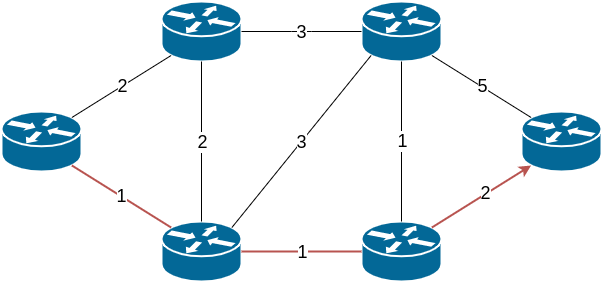
This is Computer Networking/assets/graph.png from edoriggio/cs-cheatsheets, a draw.io export, as it was before one commit. Source tidied: cells renumbered, new cells last; positions are measured from the earlier drawing's top-left corner, leaving out a move shared by most shapes.
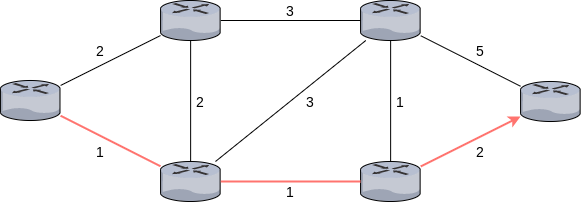
The same diagram one commit later.

What changed in the source:
```diff
@@ -2,104 +2,77 @@
   <root>
     <mxCell id="0" />
     <mxCell id="1" parent="0" />
-    <mxCell id="2" style="group;" parent="1" vertex="1">
-      <mxGeometry width="600" height="280" as="geometry" />
+    <mxCell id="2" style="verticalLabelPosition=bottom;html=1;verticalAlign=top;strokeColor=none;align=center;outlineConnect=0;shape=mxgraph.citrix.router;" parent="1" vertex="1">
+      <mxGeometry width="60.3" height="40" as="geometry" />
     </mxCell>
-    <mxCell id="3" style="shape=mxgraph.cisco.routers.router;html=1;dashed=0;fillColor=#036897;strokeColor=#ffffff;strokeWidth=2;verticalLabelPosition=bottom;verticalAlign=top;align=center;outlineConnect=0;" parent="2" vertex="1">
-      <mxGeometry y="110" width="80" height="60" as="geometry" />
+    <mxCell id="3" style="verticalLabelPosition=bottom;html=1;verticalAlign=top;strokeColor=none;align=center;outlineConnect=0;shape=mxgraph.citrix.router;" parent="1" vertex="1">
+      <mxGeometry x="160.1" y="-80" width="60.3" height="40" as="geometry" />
     </mxCell>
-    <mxCell id="4" style="shape=mxgraph.cisco.routers.router;html=1;dashed=0;fillColor=#036897;strokeColor=#ffffff;strokeWidth=2;verticalLabelPosition=bottom;verticalAlign=top;align=center;outlineConnect=0;" parent="2" vertex="1">
-      <mxGeometry x="160" width="80" height="60" as="geometry" />
+    <mxCell id="4" style="verticalLabelPosition=bottom;html=1;verticalAlign=top;strokeColor=none;align=center;outlineConnect=0;shape=mxgraph.citrix.router;" parent="1" vertex="1">
+      <mxGeometry x="160.1" y="81" width="60.3" height="40" as="geometry" />
     </mxCell>
-    <mxCell id="5" style="shape=mxgraph.cisco.routers.router;html=1;dashed=0;fillColor=#036897;strokeColor=#ffffff;strokeWidth=2;verticalLabelPosition=bottom;verticalAlign=top;align=center;outlineConnect=0;" parent="2" vertex="1">
-      <mxGeometry x="160" y="220" width="80" height="60" as="geometry" />
+    <mxCell id="5" style="verticalLabelPosition=bottom;html=1;verticalAlign=top;strokeColor=none;align=center;outlineConnect=0;shape=mxgraph.citrix.router;" parent="1" vertex="1">
+      <mxGeometry x="360.1" y="-80" width="60.3" height="40" as="geometry" />
     </mxCell>
-    <mxCell id="6" style="shape=mxgraph.cisco.routers.router;html=1;dashed=0;fillColor=#036897;strokeColor=#ffffff;strokeWidth=2;verticalLabelPosition=bottom;verticalAlign=top;align=center;outlineConnect=0;" parent="2" vertex="1">
-      <mxGeometry x="360" y="220" width="80" height="60" as="geometry" />
+    <mxCell id="6" style="verticalLabelPosition=bottom;html=1;verticalAlign=top;strokeColor=none;align=center;outlineConnect=0;shape=mxgraph.citrix.router;" parent="1" vertex="1">
+      <mxGeometry x="360.1" y="81" width="60.3" height="40" as="geometry" />
     </mxCell>
-    <mxCell id="7" style="shape=mxgraph.cisco.routers.router;html=1;dashed=0;fillColor=#036897;strokeColor=#ffffff;strokeWidth=2;verticalLabelPosition=bottom;verticalAlign=top;align=center;outlineConnect=0;" parent="2" vertex="1">
-      <mxGeometry x="360" width="80" height="60" as="geometry" />
+    <mxCell id="7" style="verticalLabelPosition=bottom;html=1;verticalAlign=top;strokeColor=none;align=center;outlineConnect=0;shape=mxgraph.citrix.router;" parent="1" vertex="1">
+      <mxGeometry x="520.1" y="1" width="60.3" height="40" as="geometry" />
     </mxCell>
-    <mxCell id="8" style="shape=mxgraph.cisco.routers.router;html=1;dashed=0;fillColor=#036897;strokeColor=#ffffff;strokeWidth=2;verticalLabelPosition=bottom;verticalAlign=top;align=center;outlineConnect=0;" parent="2" vertex="1">
-      <mxGeometry x="520" y="110" width="80" height="60" as="geometry" />
+    <mxCell id="8" style="endArrow=none;html=1;" parent="1" edge="1" source="2" target="3">
+      <mxGeometry relative="1" as="geometry" />
     </mxCell>
-    <mxCell id="9" style="endArrow=none;html=1;entryX=0.12;entryY=0.9;entryDx=0;entryDy=0;entryPerimeter=0;exitX=0.88;exitY=0.1;exitDx=0;exitDy=0;exitPerimeter=0;textDirection=ltr;" parent="2" edge="1" source="3" target="4">
+    <mxCell id="9" style="endArrow=none;html=1;" parent="1" edge="1" source="3" target="5">
       <mxGeometry relative="1" as="geometry" />
     </mxCell>
-    <mxCell id="10" value="2" style="edgeLabel;html=1;align=center;verticalAlign=middle;fontSize=18;" parent="9" vertex="1">
-      <mxGeometry x="0.09" relative="1" as="geometry">
-        <mxPoint x="-4.3" y="2" as="offset" />
-      </mxGeometry>
+    <mxCell id="10" style="endArrow=none;html=1;fillColor=#f8cecc;strokeColor=#FF746F;strokeWidth=2;" parent="1" edge="1" source="2" target="4">
+      <mxGeometry relative="1" as="geometry" />
     </mxCell>
-    <mxCell id="11" style="endArrow=none;html=1;exitX=0.88;exitY=0.9;exitDx=0;exitDy=0;exitPerimeter=0;entryX=0.12;entryY=0.1;entryDx=0;entryDy=0;entryPerimeter=0;fillColor=#f8cecc;strokeColor=#b85450;strokeWidth=2;" parent="2" edge="1" source="3" target="5">
+    <mxCell id="11" style="endArrow=none;html=1;strokeColor=#FF746F;strokeWidth=2;" parent="1" edge="1" source="4" target="6">
       <mxGeometry relative="1" as="geometry" />
     </mxCell>
-    <mxCell id="12" value="1" style="edgeLabel;html=1;align=center;verticalAlign=middle;fontSize=18;" parent="11" vertex="1">
-      <mxGeometry x="0.08" relative="1" as="geometry">
-        <mxPoint x="-3.9" y="-3" as="offset" />
-      </mxGeometry>
+    <mxCell id="12" style="endArrow=none;html=1;" parent="1" edge="1" source="4" target="3">
+      <mxGeometry relative="1" as="geometry" />
     </mxCell>
-    <mxCell id="13" style="endArrow=none;html=1;entryX=0.5;entryY=1;entryDx=0;entryDy=0;entryPerimeter=0;exitX=0.5;exitY=0;exitDx=0;exitDy=0;exitPerimeter=0;" parent="2" edge="1" source="5" target="4">
+    <mxCell id="13" style="endArrow=none;html=1;" parent="1" edge="1" source="4" target="5">
       <mxGeometry relative="1" as="geometry" />
     </mxCell>
-    <mxCell id="14" value="2" style="edgeLabel;html=1;align=center;verticalAlign=middle;fontSize=18;" parent="13" vertex="1">
-      <mxGeometry x="0.14" relative="1" as="geometry">
-        <mxPoint y="11.2" as="offset" />
-      </mxGeometry>
+    <mxCell id="14" style="endArrow=none;html=1;" parent="1" edge="1" source="6" target="5">
+      <mxGeometry relative="1" as="geometry" />
     </mxCell>
-    <mxCell id="15" style="endArrow=none;html=1;exitX=1;exitY=0.5;exitDx=0;exitDy=0;exitPerimeter=0;entryX=0;entryY=0.5;entryDx=0;entryDy=0;entryPerimeter=0;" parent="2" edge="1" source="4" target="7">
-      <mxGeometry relative="1" as="geometry">
-        <Array as="points">
-          <mxPoint x="300" y="30" />
-        </Array>
-      </mxGeometry>
+    <mxCell id="15" style="endArrow=classic;html=1;strokeColor=#FF746F;strokeWidth=2;endFill=1;" parent="1" edge="1" source="6" target="7">
+      <mxGeometry relative="1" as="geometry" />
     </mxCell>
-    <mxCell id="16" value="3" style="edgeLabel;html=1;align=center;verticalAlign=middle;fontSize=18;" parent="15" vertex="1">
-      <mxGeometry x="0.07" relative="1" as="geometry">
-        <mxPoint x="-4.3" as="offset" />
-      </mxGeometry>
+    <mxCell id="16" style="endArrow=none;html=1;" parent="1" edge="1" source="5" target="7">
+      <mxGeometry relative="1" as="geometry" />
     </mxCell>
-    <mxCell id="17" style="endArrow=none;html=1;exitX=1;exitY=0.5;exitDx=0;exitDy=0;exitPerimeter=0;entryX=0;entryY=0.5;entryDx=0;entryDy=0;entryPerimeter=0;strokeWidth=2;fillColor=#f8cecc;strokeColor=#b85450;" parent="2" edge="1" source="5" target="6">
-      <mxGeometry relative="1" as="geometry">
-        <Array as="points">
-          <mxPoint x="340" y="250" />
-        </Array>
-      </mxGeometry>
+    <mxCell id="17" value="2" style="text;html=1;strokeColor=none;fillColor=none;align=center;verticalAlign=middle;whiteSpace=wrap;rounded=0;fontSize=14;" parent="1" vertex="1">
+      <mxGeometry x="90.1" y="-40" width="20" height="20" as="geometry" />
     </mxCell>
-    <mxCell id="18" value="1" style="edgeLabel;html=1;align=center;verticalAlign=middle;fontSize=18;" parent="17" vertex="1">
-      <mxGeometry x="0.04" relative="1" as="geometry">
-        <mxPoint x="-2.4" as="offset" />
-      </mxGeometry>
+    <mxCell id="18" value="1" style="text;html=1;strokeColor=none;fillColor=none;align=center;verticalAlign=middle;whiteSpace=wrap;rounded=0;fontSize=14;" parent="1" vertex="1">
+      <mxGeometry x="90.1" y="61" width="20" height="20" as="geometry" />
     </mxCell>
-    <mxCell id="19" style="endArrow=none;html=1;exitX=0.88;exitY=0.1;exitDx=0;exitDy=0;exitPerimeter=0;entryX=0.12;entryY=0.9;entryDx=0;entryDy=0;entryPerimeter=0;" parent="2" edge="1" source="5" target="7">
-      <mxGeometry relative="1" as="geometry" />
+    <mxCell id="19" value="3" style="text;html=1;strokeColor=none;fillColor=none;align=center;verticalAlign=middle;whiteSpace=wrap;rounded=0;fontSize=14;" parent="1" vertex="1">
+      <mxGeometry x="280.1" y="-80" width="20" height="20" as="geometry" />
     </mxCell>
-    <mxCell id="20" value="3" style="edgeLabel;html=1;align=center;verticalAlign=middle;fontSize=18;" parent="19" vertex="1">
-      <mxGeometry x="0.07" y="-1" relative="1" as="geometry">
-        <mxPoint x="-5.7" y="5.4" as="offset" />
-      </mxGeometry>
+    <mxCell id="20" value="2" style="text;html=1;strokeColor=none;fillColor=none;align=center;verticalAlign=middle;whiteSpace=wrap;rounded=0;fontSize=14;" parent="1" vertex="1">
+      <mxGeometry x="190.1" y="11" width="20" height="20" as="geometry" />
     </mxCell>
-    <mxCell id="21" style="endArrow=none;html=1;entryX=0.5;entryY=1;entryDx=0;entryDy=0;entryPerimeter=0;exitX=0.5;exitY=0;exitDx=0;exitDy=0;exitPerimeter=0;" parent="2" edge="1" source="6" target="7">
-      <mxGeometry relative="1" as="geometry" />
+    <mxCell id="21" value="3" style="text;html=1;strokeColor=none;fillColor=none;align=center;verticalAlign=middle;whiteSpace=wrap;rounded=0;fontSize=14;" parent="1" vertex="1">
+      <mxGeometry x="300.1" y="11" width="20" height="20" as="geometry" />
     </mxCell>
-    <mxCell id="22" value="1" style="edgeLabel;html=1;align=center;verticalAlign=middle;fontSize=18;" parent="21" vertex="1">
-      <mxGeometry x="0.17" y="-1" relative="1" as="geometry">
-        <mxPoint x="-1" y="13.6" as="offset" />
-      </mxGeometry>
+    <mxCell id="22" value="1" style="text;html=1;strokeColor=none;fillColor=none;align=center;verticalAlign=middle;whiteSpace=wrap;rounded=0;fontSize=14;" parent="1" vertex="1">
+      <mxGeometry x="280.1" y="101" width="20" height="20" as="geometry" />
     </mxCell>
-    <mxCell id="23" style="endArrow=none;html=1;exitX=0.88;exitY=0.9;exitDx=0;exitDy=0;exitPerimeter=0;entryX=0.12;entryY=0.1;entryDx=0;entryDy=0;entryPerimeter=0;" parent="2" edge="1" source="7" target="8">
-      <mxGeometry relative="1" as="geometry" />
+    <mxCell id="23" value="2" style="text;html=1;strokeColor=none;fillColor=none;align=center;verticalAlign=middle;whiteSpace=wrap;rounded=0;fontSize=14;" parent="1" vertex="1">
+      <mxGeometry x="470.1" y="61" width="20" height="20" as="geometry" />
     </mxCell>
-    <mxCell id="24" value="5" style="edgeLabel;html=1;align=center;verticalAlign=middle;fontSize=18;" parent="23" vertex="1">
-      <mxGeometry x="-0.06" y="-2" relative="1" as="geometry">
-        <mxPoint x="4.2" as="offset" />
-      </mxGeometry>
+    <mxCell id="24" value="1" style="text;html=1;strokeColor=none;fillColor=none;align=center;verticalAlign=middle;whiteSpace=wrap;rounded=0;fontSize=14;" parent="1" vertex="1">
+      <mxGeometry x="390.1" y="11" width="20" height="20" as="geometry" />
     </mxCell>
-    <mxCell id="25" style="endArrow=classic;html=1;exitX=0.88;exitY=0.1;exitDx=0;exitDy=0;exitPerimeter=0;entryX=0.12;entryY=0.9;entryDx=0;entryDy=0;entryPerimeter=0;fillColor=#f8cecc;strokeColor=#b85450;strokeWidth=2;endFill=1;" parent="2" edge="1" source="6" target="8">
-      <mxGeometry relative="1" as="geometry" />
+    <mxCell id="25" value="5" style="text;html=1;strokeColor=none;fillColor=none;align=center;verticalAlign=middle;whiteSpace=wrap;rounded=0;fontSize=14;" parent="1" vertex="1">
+      <mxGeometry x="470.1" y="-40" width="20" height="20" as="geometry" />
     </mxCell>
-    <mxCell id="26" value="2" style="edgeLabel;html=1;align=center;verticalAlign=middle;fontSize=18;" parent="25" vertex="1">
-      <mxGeometry x="0.08" y="1" relative="1" as="geometry" />
-    </mxCell>
   </root>
 </mxGraphModel>
```
